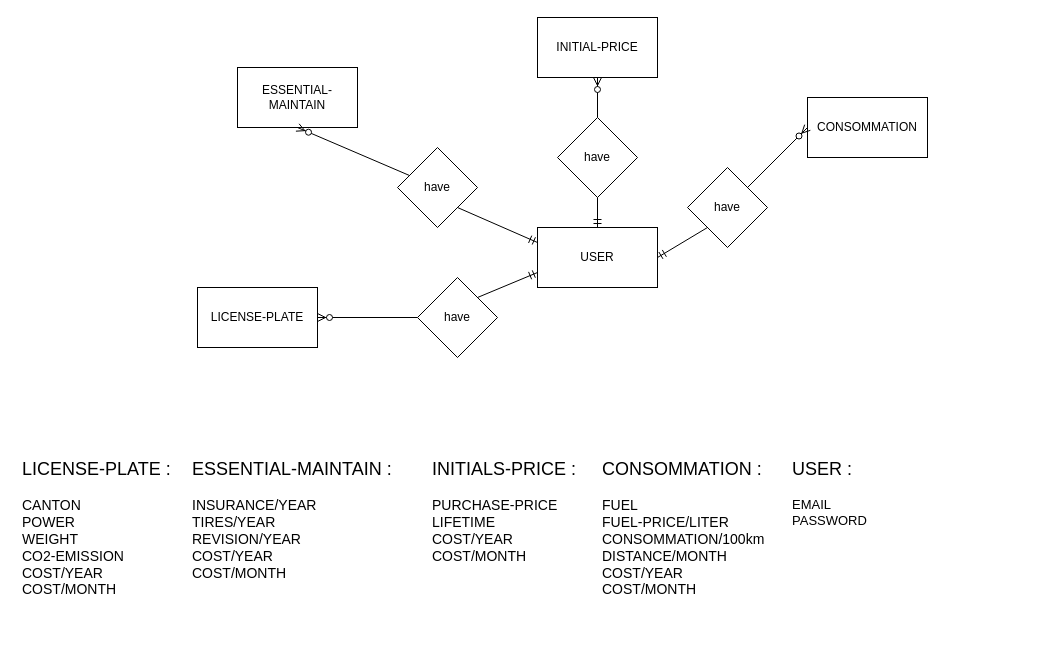
The draw.io diagram page "MCD" (1 of 2) of SQL/Modélisation BDD.drawio in ThomasCPNV/CcubeProject, before the edit. Source tidied: cells renumbered, new cells numbered last; positions are measured from the earlier drawing's top-left corner, leaving out a move shared by most shapes. Both pictures are drawn from the tidied source at 100%, with x=0, y=0 at pixel (17, 17).
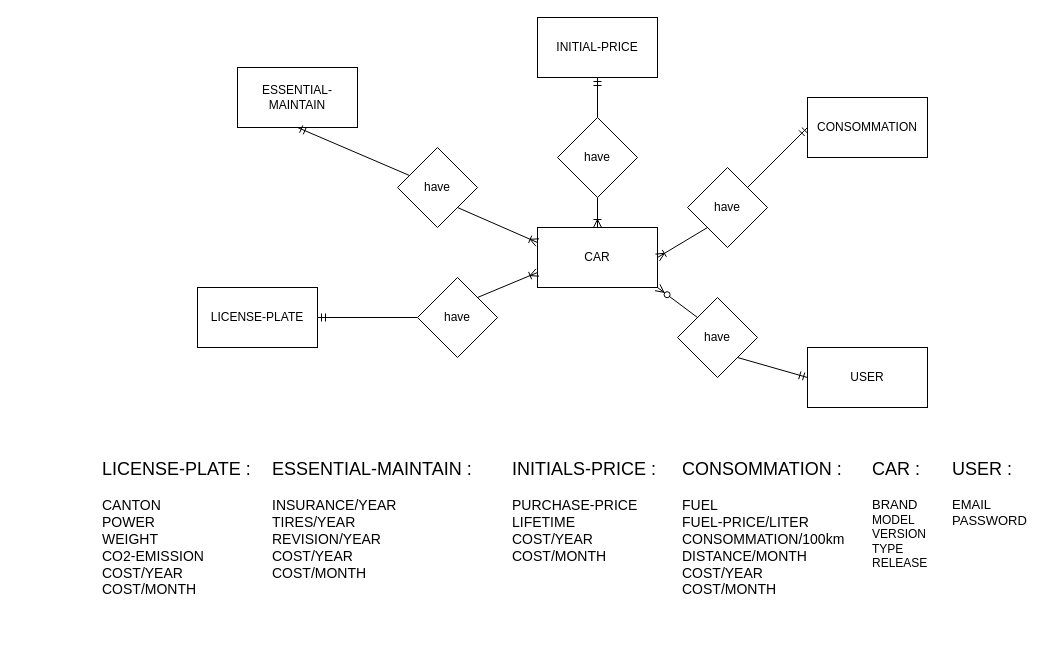
The same page after the edit.

The change refers to these unchanged cells:
```xml
<mxCell id="2" value="ESSENTIAL-MAINTAIN" style="rounded=0;whiteSpace=wrap;html=1;" parent="1" vertex="1">
  <mxGeometry x="220" y="50" width="120" height="60" as="geometry" />
</mxCell>
<mxCell id="3" value="LICENSE-PLATE" style="rounded=0;whiteSpace=wrap;html=1;" parent="1" vertex="1">
  <mxGeometry x="180" y="270" width="120" height="60" as="geometry" />
</mxCell>
<mxCell id="4" value="CONSOMMATION" style="rounded=0;whiteSpace=wrap;html=1;" parent="1" vertex="1">
  <mxGeometry x="790" y="80" width="120" height="60" as="geometry" />
</mxCell>
<mxCell id="6" value="INITIAL-PRICE" style="rounded=0;whiteSpace=wrap;html=1;" parent="1" vertex="1">
  <mxGeometry x="520" width="120" height="60" as="geometry" />
</mxCell>
<mxCell id="12" value="have" style="rhombus;whiteSpace=wrap;html=1;" parent="1" vertex="1">
  <mxGeometry x="670" y="150" width="80" height="80" as="geometry" />
</mxCell>
<mxCell id="15" value="have" style="rhombus;whiteSpace=wrap;html=1;" parent="1" vertex="1">
  <mxGeometry x="540" y="100" width="80" height="80" as="geometry" />
</mxCell>
<mxCell id="16" value="have" style="rhombus;whiteSpace=wrap;html=1;" parent="1" vertex="1">
  <mxGeometry x="380" y="130" width="80" height="80" as="geometry" />
</mxCell>
<mxCell id="17" value="have" style="rhombus;whiteSpace=wrap;html=1;" parent="1" vertex="1">
  <mxGeometry x="400" y="260" width="80" height="80" as="geometry" />
</mxCell>
```

Diff of the diagram source:
```diff
@@
-    <mxCell id="5" value="USER" style="rounded=0;whiteSpace=wrap;html=1;" parent="1" vertex="1">
+    <mxCell id="5" value="CAR" style="rounded=0;whiteSpace=wrap;html=1;" parent="1" vertex="1">
       <mxGeometry x="520" y="210" width="120" height="60" as="geometry" />
     </mxCell>
@@
     <mxCell id="7" value="&lt;p style=&quot;line-height: 40%&quot;&gt;&lt;/p&gt;&lt;blockquote style=&quot;margin: 0 0 0 40px ; border: none ; padding: 0px&quot;&gt;&lt;/blockquote&gt;&lt;span&gt;&lt;font style=&quot;font-size: 18px&quot;&gt;LICENSE-PLATE :&lt;br&gt;&lt;/font&gt;&lt;/span&gt;&lt;font style=&quot;font-size: 14px&quot;&gt;&lt;br&gt;CANTON&lt;br&gt;POWER&lt;br&gt;WEIGHT&amp;nbsp;&lt;br&gt;CO2-EMISSION&lt;br&gt;COST/YEAR&lt;br&gt;COST/MONTH&lt;br&gt;&lt;br&gt;&lt;/font&gt;&lt;blockquote style=&quot;margin: 0px 0px 0px 40px ; border: none ; padding: 0px ; font-size: 14px&quot;&gt;&lt;/blockquote&gt;&lt;br&gt;&lt;p&gt;&lt;/p&gt;" style="text;html=1;strokeColor=none;fillColor=none;spacing=5;spacingTop=-20;whiteSpace=wrap;overflow=hidden;rounded=0;" parent="1" vertex="1">
-      <mxGeometry y="440" width="170" height="180" as="geometry" />
+      <mxGeometry x="80" y="440" width="170" height="180" as="geometry" />
     </mxCell>
     <mxCell id="8" value="&lt;p style=&quot;line-height: 40%&quot;&gt;&lt;/p&gt;&lt;blockquote style=&quot;margin: 0 0 0 40px ; border: none ; padding: 0px&quot;&gt;&lt;/blockquote&gt;&lt;span&gt;&lt;font style=&quot;font-size: 18px&quot;&gt;ESSENTIAL-MAINTAIN :&lt;br&gt;&lt;/font&gt;&lt;/span&gt;&lt;font style=&quot;font-size: 14px&quot;&gt;&lt;br&gt;&lt;/font&gt;&lt;blockquote style=&quot;margin: 0px 0px 0px 40px ; border: none ; padding: 0px&quot;&gt;&lt;/blockquote&gt;&lt;font style=&quot;font-size: 14px&quot;&gt;INSURANCE/YEAR&lt;br&gt;&lt;font&gt;TIRES/YEAR&lt;br&gt;&lt;/font&gt;REVISION/YEAR&lt;br&gt;COST/YEAR&lt;br&gt;COST/MONTH&lt;/font&gt;&lt;br&gt;&lt;p&gt;&lt;/p&gt;" style="text;html=1;strokeColor=none;fillColor=none;spacing=5;spacingTop=-20;whiteSpace=wrap;overflow=hidden;rounded=0;" parent="1" vertex="1">
-      <mxGeometry x="170" y="440" width="240" height="160" as="geometry" />
+      <mxGeometry x="250" y="440" width="240" height="160" as="geometry" />
     </mxCell>
     <mxCell id="9" value="&lt;p style=&quot;line-height: 40%&quot;&gt;&lt;/p&gt;&lt;blockquote style=&quot;margin: 0 0 0 40px ; border: none ; padding: 0px&quot;&gt;&lt;/blockquote&gt;&lt;span&gt;&lt;font style=&quot;font-size: 18px&quot;&gt;INITIALS-PRICE :&lt;br&gt;&lt;/font&gt;&lt;/span&gt;&lt;font style=&quot;font-size: 14px&quot;&gt;&lt;br&gt;&lt;/font&gt;&lt;blockquote style=&quot;margin: 0px 0px 0px 40px ; border: none ; padding: 0px&quot;&gt;&lt;/blockquote&gt;&lt;font style=&quot;font-size: 14px&quot;&gt;PURCHASE-PRICE&lt;br&gt;LIFETIME&lt;br&gt;COST/YEAR&lt;br&gt;COST/MONTH&lt;/font&gt;&lt;br&gt;&lt;p&gt;&lt;/p&gt;" style="text;html=1;strokeColor=none;fillColor=none;spacing=5;spacingTop=-20;whiteSpace=wrap;overflow=hidden;rounded=0;" parent="1" vertex="1">
-      <mxGeometry x="410" y="440" width="160" height="140" as="geometry" />
+      <mxGeometry x="490" y="440" width="160" height="140" as="geometry" />
     </mxCell>
-    <mxCell id="10" value="&lt;p style=&quot;line-height: 40%&quot;&gt;&lt;/p&gt;&lt;blockquote style=&quot;margin: 0 0 0 40px ; border: none ; padding: 0px&quot;&gt;&lt;/blockquote&gt;&lt;span&gt;&lt;font style=&quot;font-size: 18px&quot;&gt;USER :&lt;br&gt;&lt;/font&gt;&lt;/span&gt;&lt;font style=&quot;font-size: 14px&quot;&gt;&lt;br&gt;&lt;/font&gt;&lt;font style=&quot;font-size: 13px&quot;&gt;EMAIL&lt;br&gt;PASSWORD&lt;/font&gt;&lt;br&gt;&lt;p&gt;&lt;/p&gt;" style="text;html=1;strokeColor=none;fillColor=none;spacing=5;spacingTop=-20;whiteSpace=wrap;overflow=hidden;rounded=0;" parent="1" vertex="1">
-      <mxGeometry x="770" y="440" width="100" height="150" as="geometry" />
+    <mxCell id="10" value="&lt;p style=&quot;line-height: 40%&quot;&gt;&lt;/p&gt;&lt;blockquote style=&quot;margin: 0 0 0 40px ; border: none ; padding: 0px&quot;&gt;&lt;/blockquote&gt;&lt;span&gt;&lt;font style=&quot;font-size: 18px&quot;&gt;CAR :&lt;br&gt;&lt;/font&gt;&lt;/span&gt;&lt;font style=&quot;font-size: 14px&quot;&gt;&lt;br&gt;&lt;/font&gt;&lt;font style=&quot;font-size: 13px&quot;&gt;BRAND&lt;br&gt;&lt;/font&gt;MODEL&lt;br&gt;VERSION&lt;br&gt;TYPE&lt;br&gt;RELEASE&lt;br&gt;&lt;p&gt;&lt;/p&gt;" style="text;html=1;strokeColor=none;fillColor=none;spacing=5;spacingTop=-20;whiteSpace=wrap;overflow=hidden;rounded=0;" parent="1" vertex="1">
+      <mxGeometry x="850" y="440" width="100" height="150" as="geometry" />
     </mxCell>
     <mxCell id="11" value="&lt;p style=&quot;line-height: 40%&quot;&gt;&lt;/p&gt;&lt;blockquote style=&quot;margin: 0 0 0 40px ; border: none ; padding: 0px&quot;&gt;&lt;/blockquote&gt;&lt;span&gt;&lt;font style=&quot;font-size: 18px&quot;&gt;CONSOMMATION :&lt;br&gt;&lt;/font&gt;&lt;/span&gt;&lt;font style=&quot;font-size: 14px&quot;&gt;&lt;br&gt;&lt;/font&gt;&lt;blockquote style=&quot;margin: 0px 0px 0px 40px ; border: none ; padding: 0px&quot;&gt;&lt;/blockquote&gt;&lt;font style=&quot;font-size: 14px&quot;&gt;&lt;font&gt;FUEL&lt;br&gt;FUEL-PRICE/LITER&lt;br&gt;CONSOMMATION/100km&lt;br&gt;&lt;/font&gt;DISTANCE/MONTH&lt;br&gt;COST/YEAR&lt;br&gt;COST/MONTH&lt;/font&gt;&lt;br&gt;&lt;p&gt;&lt;/p&gt;" style="text;html=1;strokeColor=none;fillColor=none;spacing=5;spacingTop=-20;whiteSpace=wrap;overflow=hidden;rounded=0;" parent="1" vertex="1">
-      <mxGeometry x="580" y="440" width="180" height="180" as="geometry" />
+      <mxGeometry x="660" y="440" width="180" height="180" as="geometry" />
     </mxCell>
@@
-    <mxCell id="13" style="endArrow=none;html=1;entryX=0;entryY=1;entryDx=0;entryDy=0;exitX=1;exitY=0.5;exitDx=0;exitDy=0;startArrow=ERmandOne;startFill=0;" parent="1" edge="1" source="5" target="12">
+    <mxCell id="13" style="endArrow=none;html=1;entryX=0;entryY=1;entryDx=0;entryDy=0;exitX=1;exitY=0.5;exitDx=0;exitDy=0;startArrow=ERoneToMany;startFill=0;" parent="1" edge="1" source="5" target="12">
       <mxGeometry relative="1" as="geometry" />
     </mxCell>
-    <mxCell id="14" style="endArrow=ERzeroToMany;html=1;entryX=0;entryY=0.5;entryDx=0;entryDy=0;exitX=1;exitY=0;exitDx=0;exitDy=0;endFill=1;" parent="1" edge="1" source="12" target="4">
+    <mxCell id="14" style="endArrow=ERmandOne;html=1;entryX=0;entryY=0.5;entryDx=0;entryDy=0;exitX=1;exitY=0;exitDx=0;exitDy=0;endFill=0;" parent="1" edge="1" source="12" target="4">
       <mxGeometry relative="1" as="geometry" />
     </mxCell>
@@
-    <mxCell id="18" style="endArrow=ERmandOne;html=1;entryX=0.5;entryY=0;entryDx=0;entryDy=0;exitX=0.5;exitY=1;exitDx=0;exitDy=0;startArrow=none;startFill=0;endFill=0;" parent="1" edge="1" source="15" target="5">
+    <mxCell id="18" style="endArrow=ERoneToMany;html=1;entryX=0.5;entryY=0;entryDx=0;entryDy=0;exitX=0.5;exitY=1;exitDx=0;exitDy=0;startArrow=none;startFill=0;endFill=0;" parent="1" edge="1" source="15" target="5">
       <mxGeometry relative="1" as="geometry" />
     </mxCell>
-    <mxCell id="19" style="endArrow=none;html=1;exitX=0.5;exitY=1;exitDx=0;exitDy=0;endFill=0;startArrow=ERzeroToMany;startFill=1;" parent="1" edge="1" source="6">
+    <mxCell id="19" style="endArrow=none;html=1;exitX=0.5;exitY=1;exitDx=0;exitDy=0;endFill=0;startArrow=ERmandOne;startFill=0;" parent="1" edge="1" source="6">
       <mxGeometry relative="1" as="geometry">
         <mxPoint x="580" y="100" as="targetPoint" />
       </mxGeometry>
     </mxCell>
-    <mxCell id="20" style="endArrow=ERzeroToMany;html=1;exitX=0.15;exitY=0.35;exitDx=0;exitDy=0;entryX=0.5;entryY=1;entryDx=0;entryDy=0;startArrow=none;startFill=0;endFill=1;exitPerimeter=0;" parent="1" edge="1" source="16" target="2">
+    <mxCell id="20" style="endArrow=ERmandOne;html=1;exitX=0.15;exitY=0.35;exitDx=0;exitDy=0;entryX=0.5;entryY=1;entryDx=0;entryDy=0;startArrow=none;startFill=0;endFill=0;exitPerimeter=0;" parent="1" edge="1" source="16" target="2">
       <mxGeometry relative="1" as="geometry" />
     </mxCell>
-    <mxCell id="21" style="endArrow=none;html=1;exitX=0;exitY=0.25;exitDx=0;exitDy=0;entryX=1;entryY=1;entryDx=0;entryDy=0;startArrow=ERmandOne;startFill=0;" parent="1" edge="1" source="5" target="16">
+    <mxCell id="21" style="endArrow=none;html=1;exitX=0;exitY=0.25;exitDx=0;exitDy=0;entryX=1;entryY=1;entryDx=0;entryDy=0;startArrow=ERoneToMany;startFill=0;" parent="1" edge="1" source="5" target="16">
       <mxGeometry relative="1" as="geometry" />
     </mxCell>
-    <mxCell id="22" style="endArrow=none;html=1;exitX=0;exitY=0.75;exitDx=0;exitDy=0;entryX=1;entryY=0;entryDx=0;entryDy=0;startArrow=ERmandOne;startFill=0;" parent="1" edge="1" source="5" target="17">
+    <mxCell id="22" style="endArrow=none;html=1;exitX=0;exitY=0.75;exitDx=0;exitDy=0;entryX=1;entryY=0;entryDx=0;entryDy=0;startArrow=ERoneToMany;startFill=0;" parent="1" edge="1" source="5" target="17">
       <mxGeometry relative="1" as="geometry" />
     </mxCell>
-    <mxCell id="23" style="endArrow=none;html=1;entryX=0;entryY=0.5;entryDx=0;entryDy=0;exitX=1;exitY=0.5;exitDx=0;exitDy=0;startArrow=ERzeroToMany;startFill=1;" parent="1" edge="1" source="3" target="17">
+    <mxCell id="23" style="endArrow=none;html=1;entryX=0;entryY=0.5;entryDx=0;entryDy=0;exitX=1;exitY=0.5;exitDx=0;exitDy=0;startArrow=ERmandOne;startFill=0;" parent="1" edge="1" source="3" target="17">
       <mxGeometry relative="1" as="geometry" />
     </mxCell>
+    <mxCell id="24" value="USER" style="rounded=0;whiteSpace=wrap;html=1;" parent="1" vertex="1">
+      <mxGeometry x="790" y="330" width="120" height="60" as="geometry" />
+    </mxCell>
+    <mxCell id="25" value="have" style="rhombus;whiteSpace=wrap;html=1;" parent="1" vertex="1">
+      <mxGeometry x="660" y="280" width="80" height="80" as="geometry" />
+    </mxCell>
+    <mxCell id="26" style="endArrow=ERmandOne;html=1;entryX=0;entryY=0.5;entryDx=0;entryDy=0;exitX=1;exitY=1;exitDx=0;exitDy=0;startArrow=none;startFill=0;endFill=0;" parent="1" edge="1" source="25" target="24">
+      <mxGeometry relative="1" as="geometry" />
+    </mxCell>
+    <mxCell id="27" style="endArrow=none;html=1;entryX=0;entryY=0;entryDx=0;entryDy=0;startArrow=ERzeroToMany;startFill=1;exitX=1;exitY=1;exitDx=0;exitDy=0;" parent="1" edge="1" source="5" target="25">
+      <mxGeometry relative="1" as="geometry" />
+    </mxCell>
+    <mxCell id="28" value="&lt;p style=&quot;line-height: 40%&quot;&gt;&lt;/p&gt;&lt;blockquote style=&quot;margin: 0 0 0 40px ; border: none ; padding: 0px&quot;&gt;&lt;/blockquote&gt;&lt;span&gt;&lt;font style=&quot;font-size: 18px&quot;&gt;USER :&lt;br&gt;&lt;/font&gt;&lt;/span&gt;&lt;font style=&quot;font-size: 14px&quot;&gt;&lt;br&gt;&lt;/font&gt;&lt;font style=&quot;font-size: 13px&quot;&gt;EMAIL&lt;br&gt;PASSWORD&lt;/font&gt;&lt;br&gt;&lt;p&gt;&lt;/p&gt;" style="text;html=1;strokeColor=none;fillColor=none;spacing=5;spacingTop=-20;whiteSpace=wrap;overflow=hidden;rounded=0;" parent="1" vertex="1">
+      <mxGeometry x="930" y="440" width="100" height="150" as="geometry" />
+    </mxCell>
```
